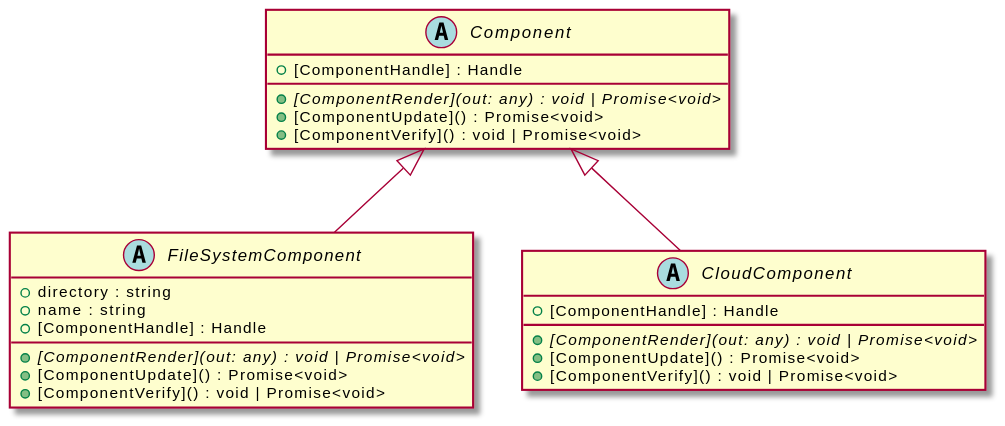
zorse-lang/adk keeps this PlantUML diagram as assets/Component-umlClassDiagram-154.svg. Above is the earlier version.
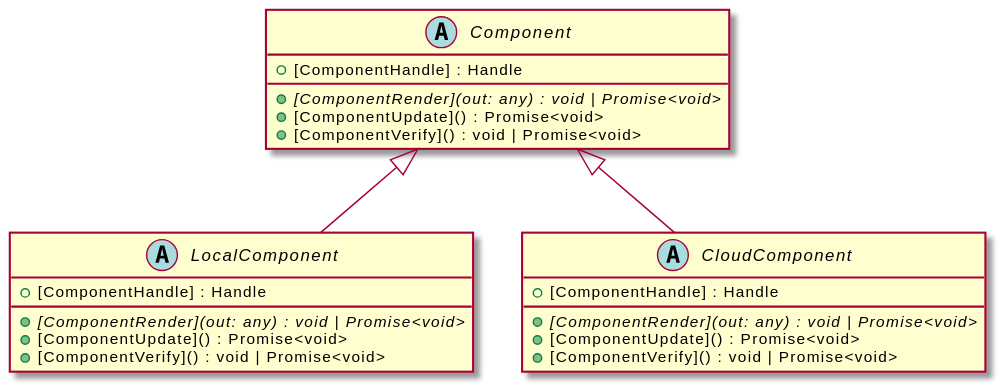
Later version of the same file.

The edit, as a diff of the source:
```diff
@@ -8,15 +8,13 @@
     +[ComponentUpdate]() : Promise<void>
     +[ComponentVerify]() : void | Promise<void>
 }
-abstract class "FileSystemComponent" {
-    +directory : string
-    +name : string
+abstract class "LocalComponent" {
     +[ComponentHandle] : Handle
     {abstract} +[ComponentRender](out: any) : void | Promise<void>
     +[ComponentUpdate]() : Promise<void>
     +[ComponentVerify]() : void | Promise<void>
 }
-"Component" <|-- "FileSystemComponent"
+"Component" <|-- "LocalComponent"
 abstract class "CloudComponent" {
     +[ComponentHandle] : Handle
     {abstract} +[ComponentRender](out: any) : void | Promise<void>
```
